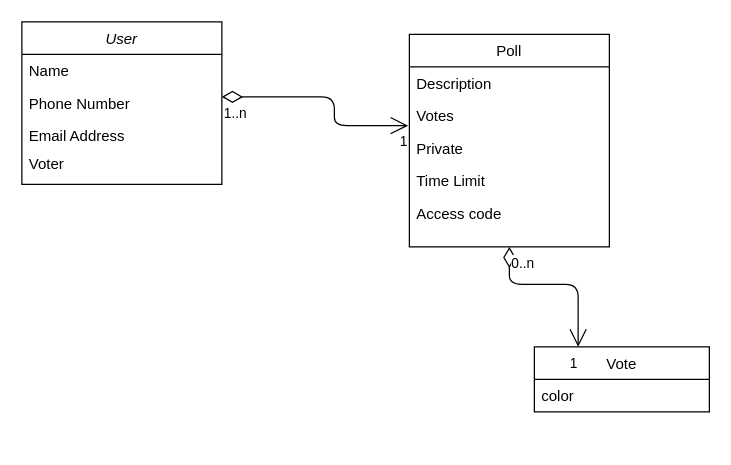
Earlier version of the draw.io diagram Models/Domain-model.drawio (kjetildyrland/DAT250-Assignment-A). Source tidied: cells renumbered, new cells numbered last; positions are measured from the earlier drawing's top-left corner, leaving out a move shared by most shapes. Both pictures are drawn from the tidied source at 125%, with x=0, y=0 at pixel (21, 21).
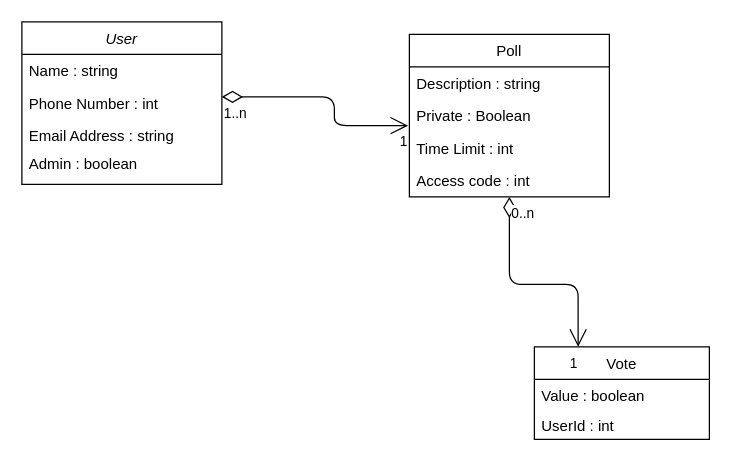
The same diagram, later.

The change refers to these unchanged cells:
```xml
<mxCell id="2" value="User" style="swimlane;fontStyle=2;align=center;verticalAlign=top;horizontal=1;startSize=26;rounded=0;shadow=0;strokeWidth=1;" parent="1" vertex="1">
  <mxGeometry width="160" height="130" as="geometry" />
</mxCell>
```

What changed in the source:
```diff
@@
-    <mxCell id="3" value="Name" style="text;align=left;verticalAlign=top;spacingLeft=4;spacingRight=4;overflow=hidden;" parent="2" vertex="1">
+    <mxCell id="3" value="Name : string" style="text;align=left;verticalAlign=top;spacingLeft=4;spacingRight=4;overflow=hidden;" parent="2" vertex="1">
       <mxGeometry y="26" width="160" height="26" as="geometry" />
     </mxCell>
-    <mxCell id="4" value="Phone Number" style="text;align=left;verticalAlign=top;spacingLeft=4;spacingRight=4;overflow=hidden;rounded=0;shadow=0;html=0;" parent="2" vertex="1">
+    <mxCell id="4" value="Phone Number : int" style="text;align=left;verticalAlign=top;spacingLeft=4;spacingRight=4;overflow=hidden;rounded=0;shadow=0;html=0;" parent="2" vertex="1">
       <mxGeometry y="52" width="160" height="26" as="geometry" />
     </mxCell>
-    <mxCell id="5" value="Email Address" style="text;align=left;verticalAlign=top;spacingLeft=4;spacingRight=4;overflow=hidden;rounded=0;shadow=0;html=0;" parent="2" vertex="1">
+    <mxCell id="5" value="Email Address : string" style="text;align=left;verticalAlign=top;spacingLeft=4;spacingRight=4;overflow=hidden;rounded=0;shadow=0;html=0;" parent="2" vertex="1">
       <mxGeometry y="78" width="160" height="22" as="geometry" />
     </mxCell>
-    <mxCell id="6" value="Voter" style="text;align=left;verticalAlign=top;spacingLeft=4;spacingRight=4;overflow=hidden;rounded=0;shadow=0;html=0;" parent="2" vertex="1">
+    <mxCell id="6" value="Admin : boolean" style="text;align=left;verticalAlign=top;spacingLeft=4;spacingRight=4;overflow=hidden;rounded=0;shadow=0;html=0;" parent="2" vertex="1">
       <mxGeometry y="100" width="160" height="22" as="geometry" />
     </mxCell>
@@
-    <mxCell id="10" style="endArrow=open;html=1;endSize=12;startArrow=diamondThin;startSize=14;startFill=0;edgeStyle=orthogonalEdgeStyle;entryX=-0.006;entryY=0.808;entryDx=0;entryDy=0;entryPerimeter=0;" parent="1" edge="1" target="15">
+    <mxCell id="10" style="endArrow=open;html=1;endSize=12;startArrow=diamondThin;startSize=14;startFill=0;edgeStyle=orthogonalEdgeStyle;entryX=-0.006;entryY=0.808;entryDx=0;entryDy=0;entryPerimeter=0;" parent="1" edge="1">
       <mxGeometry relative="1" as="geometry">
         <mxPoint x="160" y="60" as="sourcePoint" />
+        <mxPoint x="309" y="83" as="targetPoint" />
         <Array as="points">
           <mxPoint x="250" y="60" />
           <mxPoint x="250" y="83" />
         </Array>
       </mxGeometry>
     </mxCell>
@@
     <mxCell id="13" value="Poll" style="swimlane;fontStyle=0;align=center;verticalAlign=top;horizontal=1;startSize=26;rounded=0;shadow=0;strokeWidth=1;" parent="1" vertex="1">
-      <mxGeometry x="310" y="10" width="160" height="170" as="geometry" />
+      <mxGeometry x="310" y="10" width="160" height="130" as="geometry" />
     </mxCell>
-    <mxCell id="14" value="Description" style="text;align=left;verticalAlign=top;spacingLeft=4;spacingRight=4;overflow=hidden;" parent="13" vertex="1">
+    <mxCell id="14" value="Description : string" style="text;align=left;verticalAlign=top;spacingLeft=4;spacingRight=4;overflow=hidden;" parent="13" vertex="1">
       <mxGeometry y="26" width="160" height="26" as="geometry" />
     </mxCell>
-    <mxCell id="15" value="Votes" style="text;align=left;verticalAlign=top;spacingLeft=4;spacingRight=4;overflow=hidden;points=[[0,0.5],[1,0.5]];portConstraint=eastwest;" parent="13" vertex="1">
-      <mxGeometry y="52" width="160" height="26" as="geometry" />
-    </mxCell>
-    <mxCell id="16" value="Private" style="text;align=left;verticalAlign=top;spacingLeft=4;spacingRight=4;overflow=hidden;" parent="13" vertex="1">
-      <mxGeometry y="78" width="160" height="26" as="geometry" />
+    <mxCell id="16" value="Private : Boolean" style="text;align=left;verticalAlign=top;spacingLeft=4;spacingRight=4;overflow=hidden;" parent="13" vertex="1">
+      <mxGeometry y="52" width="160" height="26" as="geometry" />
     </mxCell>
-    <mxCell id="17" value="Time Limit&#10;" style="text;align=left;verticalAlign=top;spacingLeft=4;spacingRight=4;overflow=hidden;" parent="13" vertex="1">
-      <mxGeometry y="104" width="160" height="26" as="geometry" />
+    <mxCell id="17" value="Time Limit : int&#10;" style="text;align=left;verticalAlign=top;spacingLeft=4;spacingRight=4;overflow=hidden;" parent="13" vertex="1">
+      <mxGeometry y="78" width="160" height="26" as="geometry" />
     </mxCell>
-    <mxCell id="18" value="Access code" style="text;align=left;verticalAlign=top;spacingLeft=4;spacingRight=4;overflow=hidden;" parent="13" vertex="1">
-      <mxGeometry y="130" width="160" height="26" as="geometry" />
+    <mxCell id="18" value="Access code : int" style="text;align=left;verticalAlign=top;spacingLeft=4;spacingRight=4;overflow=hidden;" parent="13" vertex="1">
+      <mxGeometry y="104" width="160" height="26" as="geometry" />
     </mxCell>
     <mxCell id="19" value="Vote" style="swimlane;fontStyle=0;horizontal=1;startSize=26;fillColor=none;" parent="1" vertex="1">
-      <mxGeometry x="410" y="260" width="140" height="52" as="geometry" />
+      <mxGeometry x="410" y="260" width="140" height="74" as="geometry" />
     </mxCell>
-    <mxCell id="20" value="color" style="text;strokeColor=none;fillColor=none;align=left;verticalAlign=top;spacingLeft=4;spacingRight=4;overflow=hidden;" parent="19" vertex="1">
-      <mxGeometry y="26" width="140" height="26" as="geometry" />
-    </mxCell>
+    <mxCell id="21" value="Value : boolean" style="text;strokeColor=none;fillColor=none;align=left;verticalAlign=top;spacingLeft=4;spacingRight=4;overflow=hidden;" parent="19" vertex="1">
+      <mxGeometry y="26" width="140" height="24" as="geometry" />
+    </mxCell>
+    <mxCell id="22" value="UserId : int" style="text;strokeColor=none;fillColor=none;align=left;verticalAlign=top;spacingLeft=4;spacingRight=4;overflow=hidden;" parent="19" vertex="1">
+      <mxGeometry y="50" width="140" height="24" as="geometry" />
+    </mxCell>
```
